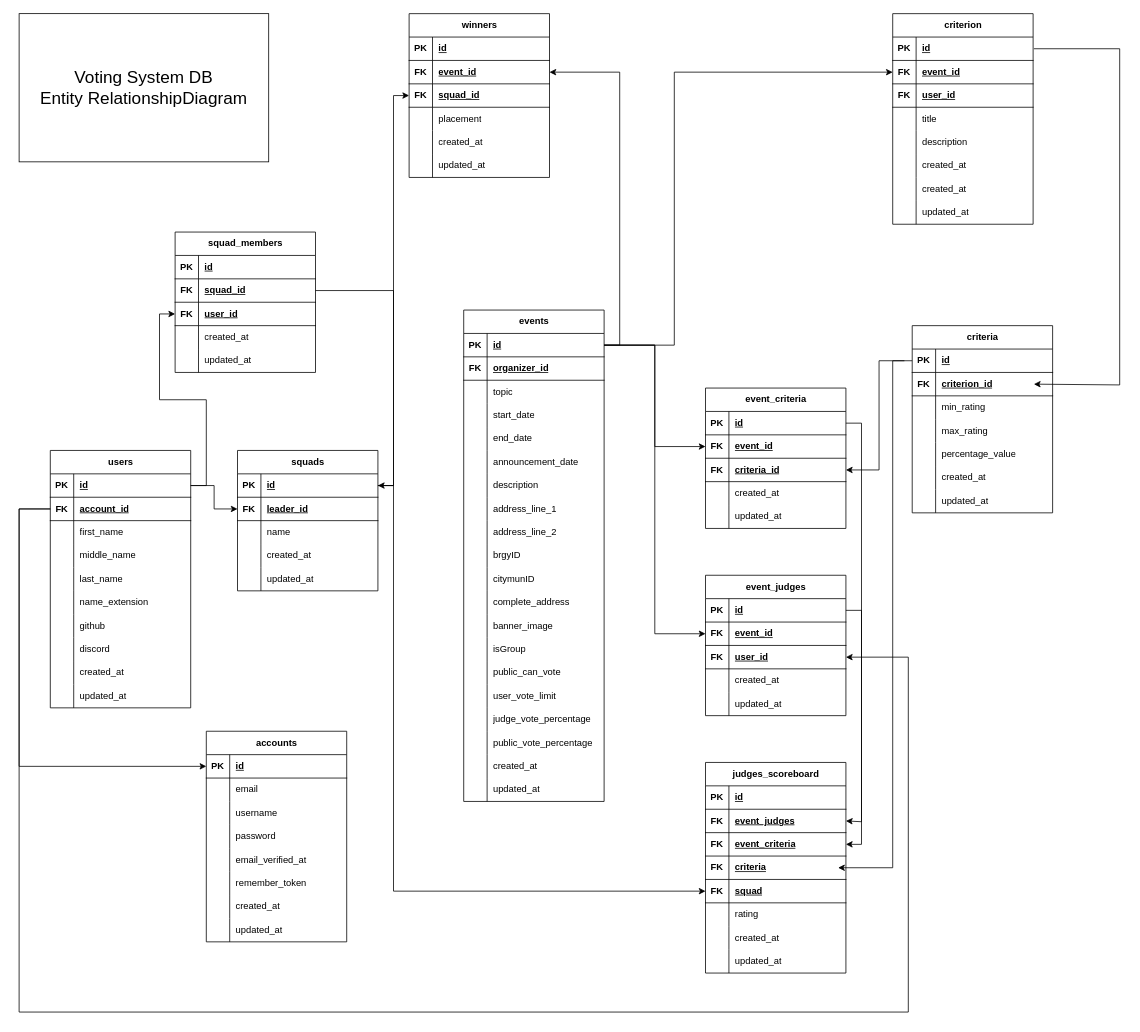
JACodeIT/hackathon-voting-system keeps this draw.io diagram as SEGuide/ERD.drawio. Above is the earlier version. Source tidied: cells renumbered, new cells numbered last; positions are measured from the earlier drawing's top-left corner, leaving out a move shared by most shapes. Both pictures are drawn from the tidied source at 78%, with x=0, y=0 at pixel (19, 13).
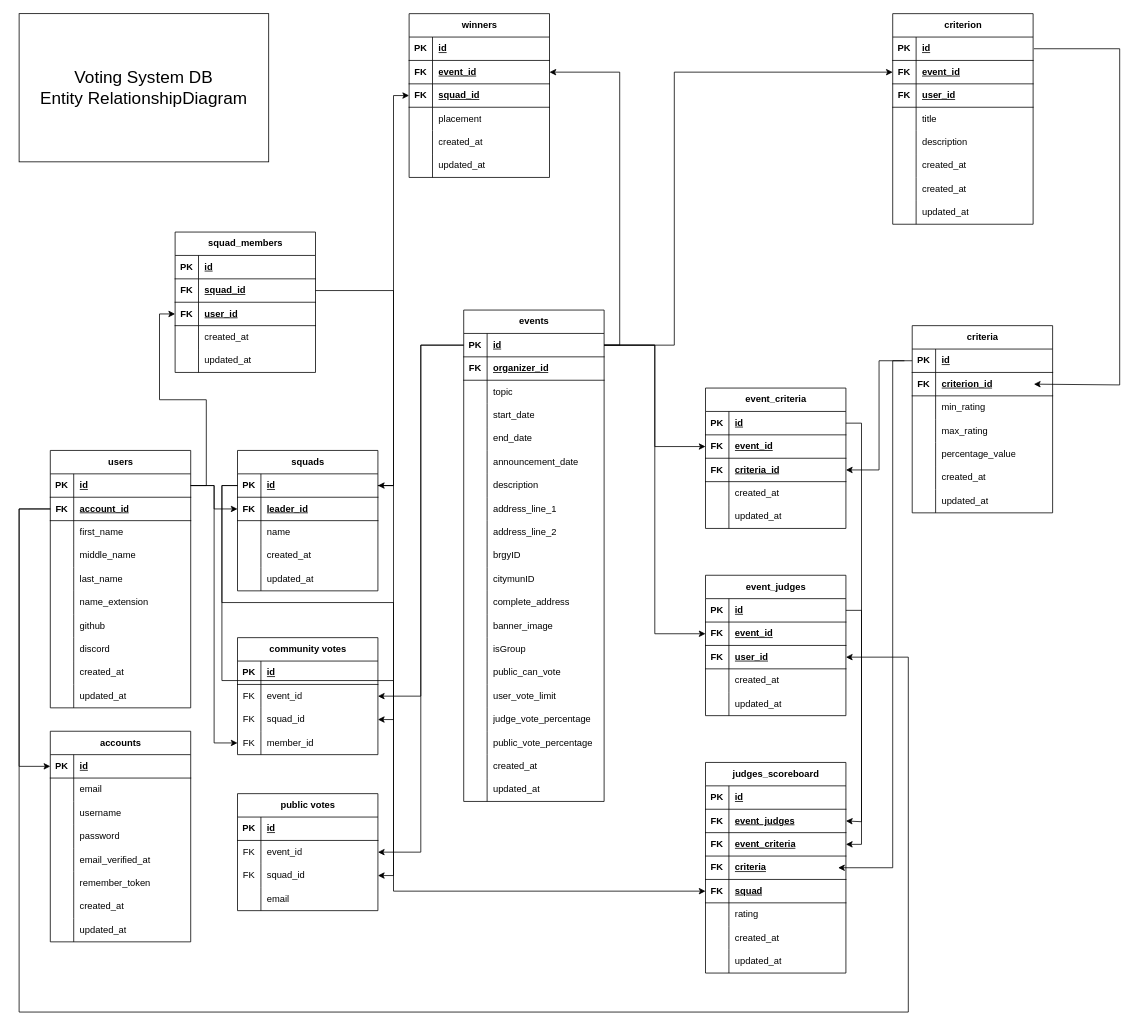
The same diagram, later.

Unchanged cells that the change refers to:
```xml
<mxCell id="28" style="shape=tableRow;horizontal=0;startSize=0;swimlaneHead=0;swimlaneBody=0;fillColor=none;points=[[0,0.5],[1,0.5]];portConstraint=eastwest;top=0;left=0;right=0;bottom=1;" parent="27" vertex="1">
  <mxGeometry y="30" width="180" height="30" as="geometry" />
</mxCell>
<mxCell id="59" style="shape=tableRow;horizontal=0;startSize=0;swimlaneHead=0;swimlaneBody=0;fillColor=none;points=[[0,0.5],[1,0.5]];portConstraint=eastwest;top=0;left=0;right=0;bottom=1;" parent="58" vertex="1">
  <mxGeometry y="30" width="180" height="30" as="geometry" />
</mxCell>
<mxCell id="91" style="shape=tableRow;horizontal=0;startSize=0;swimlaneHead=0;swimlaneBody=0;fillColor=none;points=[[0,0.5],[1,0.5]];portConstraint=eastwest;top=0;left=0;right=0;bottom=1;" parent="90" vertex="1">
  <mxGeometry y="30" width="180" height="30" as="geometry" />
</mxCell>
```

Diff of the diagram source:
```diff
@@
     <mxCell id="2" value="accounts" style="shape=table;startSize=30;childLayout=tableLayout;rowLines=0;fontStyle=1;align=center;html=1;" parent="1" vertex="1">
-      <mxGeometry x="240" y="920" width="180" height="270" as="geometry" />
+      <mxGeometry x="40" y="920" width="180" height="270" as="geometry" />
     </mxCell>
@@
+    <mxCell id="291" value="community votes" style="shape=table;startSize=30;childLayout=tableLayout;rowLines=0;fontStyle=1;align=center;html=1;" parent="1" vertex="1">
+      <mxGeometry x="280" y="800" width="180" height="150" as="geometry" />
+    </mxCell>
+    <mxCell id="292" style="shape=tableRow;horizontal=0;startSize=0;swimlaneHead=0;swimlaneBody=0;fillColor=none;top=0;left=0;right=0;bottom=1;" parent="291" vertex="1">
+      <mxGeometry y="30" width="180" height="30" as="geometry" />
+    </mxCell>
+    <mxCell id="293" value="PK" style="shape=partialRectangle;fillColor=none;top=0;left=0;bottom=0;right=0;fontStyle=1;overflow=hidden;whiteSpace=wrap;html=1;" parent="292" vertex="1">
+      <mxGeometry width="30" height="30" as="geometry" />
+    </mxCell>
+    <mxCell id="294" value="id" style="shape=partialRectangle;fillColor=none;top=0;left=0;bottom=0;right=0;align=left;spacingLeft=6;fontStyle=5;overflow=hidden;whiteSpace=wrap;html=1;" parent="292" vertex="1">
+      <mxGeometry x="30" width="150" height="30" as="geometry" />
+    </mxCell>
+    <mxCell id="295" style="shape=tableRow;horizontal=0;startSize=0;swimlaneHead=0;swimlaneBody=0;fillColor=none;points=[[0,0.5],[1,0.5]];portConstraint=eastwest;top=0;left=0;right=0;bottom=0;" parent="291" vertex="1">
+      <mxGeometry y="60" width="180" height="30" as="geometry" />
+    </mxCell>
+    <mxCell id="296" value="FK" style="shape=partialRectangle;fillColor=none;top=0;left=0;bottom=0;right=0;overflow=hidden;whiteSpace=wrap;html=1;" parent="295" vertex="1">
+      <mxGeometry width="30" height="30" as="geometry" />
+    </mxCell>
+    <mxCell id="297" value="event_id" style="shape=partialRectangle;fillColor=none;top=0;left=0;bottom=0;right=0;align=left;spacingLeft=6;overflow=hidden;whiteSpace=wrap;html=1;" parent="295" vertex="1">
+      <mxGeometry x="30" width="150" height="30" as="geometry" />
+    </mxCell>
+    <mxCell id="298" style="shape=tableRow;horizontal=0;startSize=0;swimlaneHead=0;swimlaneBody=0;fillColor=none;points=[[0,0.5],[1,0.5]];portConstraint=eastwest;top=0;left=0;right=0;bottom=0;" parent="291" vertex="1">
+      <mxGeometry y="90" width="180" height="30" as="geometry" />
+    </mxCell>
+    <mxCell id="299" value="FK" style="shape=partialRectangle;fillColor=none;top=0;left=0;bottom=0;right=0;overflow=hidden;whiteSpace=wrap;html=1;" parent="298" vertex="1">
+      <mxGeometry width="30" height="30" as="geometry" />
+    </mxCell>
+    <mxCell id="300" value="squad_id" style="shape=partialRectangle;fillColor=none;top=0;left=0;bottom=0;right=0;align=left;spacingLeft=6;overflow=hidden;whiteSpace=wrap;html=1;" parent="298" vertex="1">
+      <mxGeometry x="30" width="150" height="30" as="geometry" />
+    </mxCell>
+    <mxCell id="301" style="shape=tableRow;horizontal=0;startSize=0;swimlaneHead=0;swimlaneBody=0;fillColor=none;points=[[0,0.5],[1,0.5]];portConstraint=eastwest;top=0;left=0;right=0;bottom=0;" parent="291" vertex="1">
+      <mxGeometry y="120" width="180" height="30" as="geometry" />
+    </mxCell>
+    <mxCell id="302" value="FK" style="shape=partialRectangle;fillColor=none;top=0;left=0;bottom=0;right=0;overflow=hidden;whiteSpace=wrap;html=1;" parent="301" vertex="1">
+      <mxGeometry width="30" height="30" as="geometry" />
+    </mxCell>
+    <mxCell id="303" value="member_id" style="shape=partialRectangle;fillColor=none;top=0;left=0;bottom=0;right=0;align=left;spacingLeft=6;overflow=hidden;whiteSpace=wrap;html=1;" parent="301" vertex="1">
+      <mxGeometry x="30" width="150" height="30" as="geometry" />
+    </mxCell>
+    <mxCell id="304" value="public votes" style="shape=table;startSize=30;childLayout=tableLayout;rowLines=0;fontStyle=1;align=center;html=1;" parent="1" vertex="1">
+      <mxGeometry x="280" y="1000" width="180" height="150" as="geometry" />
+    </mxCell>
+    <mxCell id="305" style="shape=tableRow;horizontal=0;startSize=0;swimlaneHead=0;swimlaneBody=0;fillColor=none;top=0;left=0;right=0;bottom=1;" parent="304" vertex="1">
+      <mxGeometry y="30" width="180" height="30" as="geometry" />
+    </mxCell>
+    <mxCell id="306" value="PK" style="shape=partialRectangle;fillColor=none;top=0;left=0;bottom=0;right=0;fontStyle=1;overflow=hidden;whiteSpace=wrap;html=1;" parent="305" vertex="1">
+      <mxGeometry width="30" height="30" as="geometry" />
+    </mxCell>
+    <mxCell id="307" value="id" style="shape=partialRectangle;fillColor=none;top=0;left=0;bottom=0;right=0;align=left;spacingLeft=6;fontStyle=5;overflow=hidden;whiteSpace=wrap;html=1;" parent="305" vertex="1">
+      <mxGeometry x="30" width="150" height="30" as="geometry" />
+    </mxCell>
+    <mxCell id="308" style="shape=tableRow;horizontal=0;startSize=0;swimlaneHead=0;swimlaneBody=0;fillColor=none;points=[[0,0.5],[1,0.5]];portConstraint=eastwest;top=0;left=0;right=0;bottom=0;" parent="304" vertex="1">
+      <mxGeometry y="60" width="180" height="30" as="geometry" />
+    </mxCell>
+    <mxCell id="309" value="FK" style="shape=partialRectangle;fillColor=none;top=0;left=0;bottom=0;right=0;overflow=hidden;whiteSpace=wrap;html=1;" parent="308" vertex="1">
+      <mxGeometry width="30" height="30" as="geometry" />
+    </mxCell>
+    <mxCell id="310" value="event_id" style="shape=partialRectangle;fillColor=none;top=0;left=0;bottom=0;right=0;align=left;spacingLeft=6;overflow=hidden;whiteSpace=wrap;html=1;" parent="308" vertex="1">
+      <mxGeometry x="30" width="150" height="30" as="geometry" />
+    </mxCell>
+    <mxCell id="311" style="shape=tableRow;horizontal=0;startSize=0;swimlaneHead=0;swimlaneBody=0;fillColor=none;points=[[0,0.5],[1,0.5]];portConstraint=eastwest;top=0;left=0;right=0;bottom=0;" parent="304" vertex="1">
+      <mxGeometry y="90" width="180" height="30" as="geometry" />
+    </mxCell>
+    <mxCell id="312" value="FK" style="shape=partialRectangle;fillColor=none;top=0;left=0;bottom=0;right=0;overflow=hidden;whiteSpace=wrap;html=1;" parent="311" vertex="1">
+      <mxGeometry width="30" height="30" as="geometry" />
+    </mxCell>
+    <mxCell id="313" value="squad_id" style="shape=partialRectangle;fillColor=none;top=0;left=0;bottom=0;right=0;align=left;spacingLeft=6;overflow=hidden;whiteSpace=wrap;html=1;" parent="311" vertex="1">
+      <mxGeometry x="30" width="150" height="30" as="geometry" />
+    </mxCell>
+    <mxCell id="314" style="shape=tableRow;horizontal=0;startSize=0;swimlaneHead=0;swimlaneBody=0;fillColor=none;top=0;left=0;right=0;bottom=0;" parent="304" vertex="1">
+      <mxGeometry y="120" width="180" height="30" as="geometry" />
+    </mxCell>
+    <mxCell id="315" style="shape=partialRectangle;fillColor=none;top=0;left=0;bottom=0;right=0;overflow=hidden;whiteSpace=wrap;html=1;" parent="314" vertex="1">
+      <mxGeometry width="30" height="30" as="geometry" />
+    </mxCell>
+    <mxCell id="316" value="email" style="shape=partialRectangle;fillColor=none;top=0;left=0;bottom=0;right=0;align=left;spacingLeft=6;overflow=hidden;whiteSpace=wrap;html=1;" parent="314" vertex="1">
+      <mxGeometry x="30" width="150" height="30" as="geometry" />
+    </mxCell>
+    <mxCell id="317" style="edgeStyle=orthogonalEdgeStyle;rounded=0;jettySize=auto;html=1;entryX=1;entryY=0.5;entryDx=0;entryDy=0;" parent="1" edge="1" source="91" target="295">
+      <mxGeometry relative="1" as="geometry" />
+    </mxCell>
+    <mxCell id="318" style="edgeStyle=orthogonalEdgeStyle;rounded=0;jettySize=auto;html=1;entryX=0;entryY=0.5;entryDx=0;entryDy=0;" parent="1" edge="1" source="28" target="301">
+      <mxGeometry relative="1" as="geometry" />
+    </mxCell>
+    <mxCell id="319" style="edgeStyle=orthogonalEdgeStyle;rounded=0;jettySize=auto;html=1;" parent="1" edge="1" source="59" target="298">
+      <mxGeometry relative="1" as="geometry" />
+    </mxCell>
+    <mxCell id="320" style="edgeStyle=orthogonalEdgeStyle;rounded=0;jettySize=auto;html=1;entryX=1;entryY=0.5;entryDx=0;entryDy=0;" parent="1" edge="1" source="59" target="311">
+      <mxGeometry relative="1" as="geometry" />
+    </mxCell>
+    <mxCell id="321" style="edgeStyle=orthogonalEdgeStyle;rounded=0;jettySize=auto;html=1;entryX=1;entryY=0.5;entryDx=0;entryDy=0;" parent="1" edge="1" source="91" target="308">
+      <mxGeometry relative="1" as="geometry" />
+    </mxCell>
```
